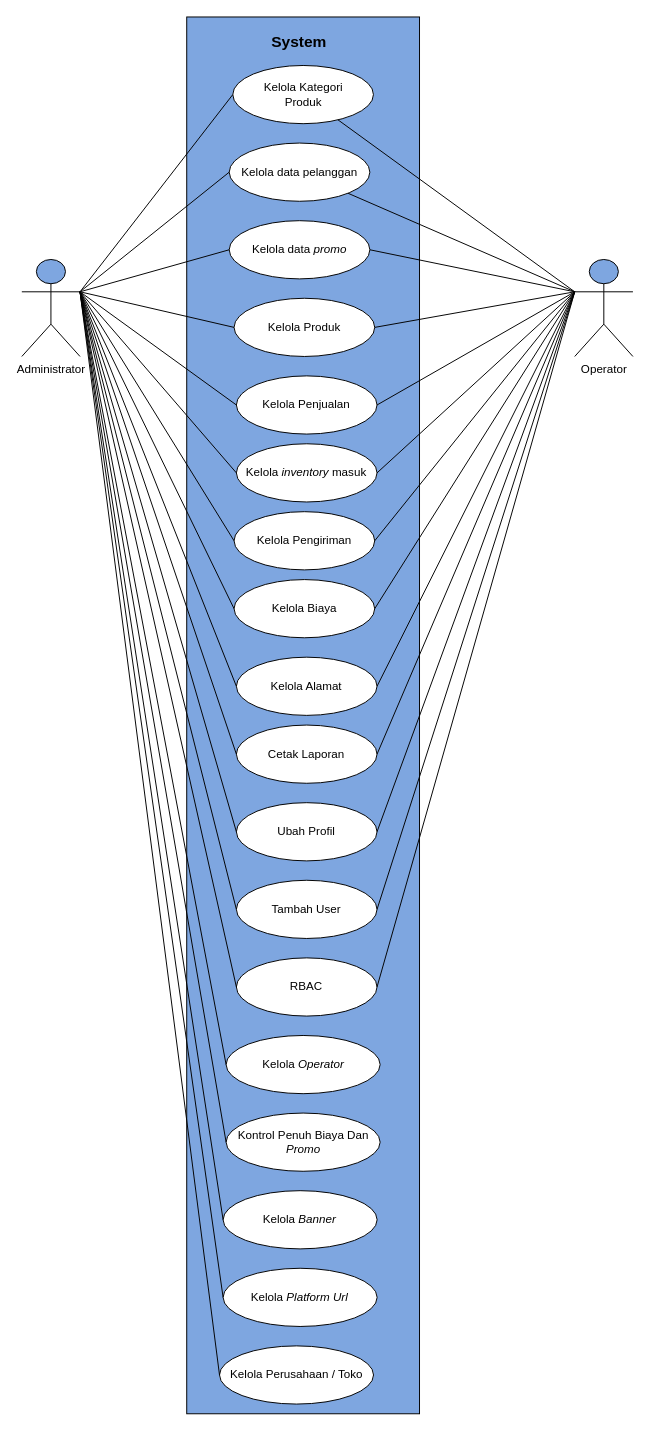
The draw.io diagram Boundary System.drawio in Simasco/diagram, before the edit. Source tidied: cells renumbered, new cells numbered last; positions are measured from the earlier drawing's top-left corner, leaving out a move shared by most shapes. Both pictures are drawn from the tidied source at 97%, with x=0, y=0 at pixel (21, 16).
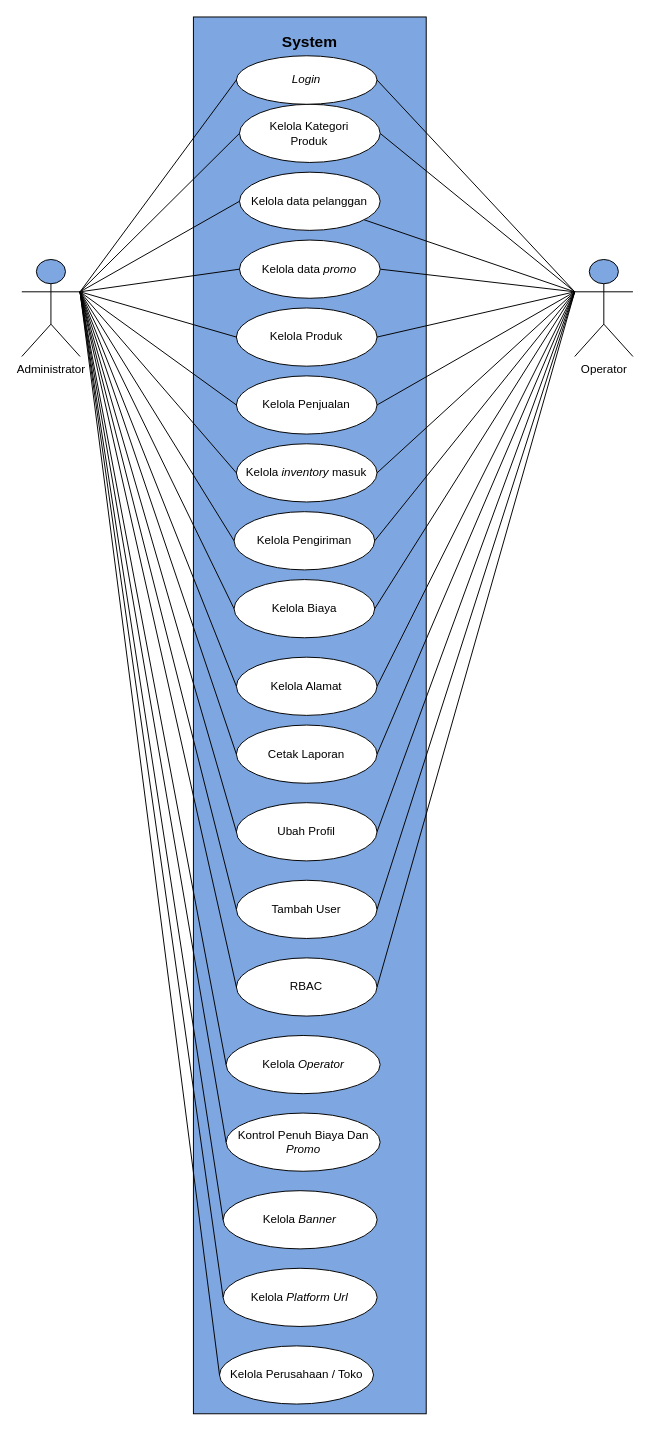
Above is the later version.

The change refers to these unchanged cells:
```xml
<mxCell id="6" value="Operator" style="shape=umlActor;verticalLabelPosition=bottom;verticalAlign=top;html=1;outlineConnect=0;fillColor=#7EA6E0;" parent="1" vertex="1">
  <mxGeometry x="570" y="250" width="60" height="100" as="geometry" />
</mxCell>
<mxCell id="32" value="Administrator" style="shape=umlActor;verticalLabelPosition=bottom;verticalAlign=top;html=1;outlineConnect=0;fillColor=#7EA6E0;" parent="1" vertex="1">
  <mxGeometry y="250" width="60" height="100" as="geometry" />
</mxCell>
```

What changed in the source:
```diff
@@
     <mxCell id="2" style="rounded=0;whiteSpace=wrap;html=1;fillColor=#7EA6E0;" parent="1" vertex="1">
-      <mxGeometry x="170" width="240" height="1440" as="geometry" />
+      <mxGeometry x="176.9" width="240" height="1440" as="geometry" />
     </mxCell>
-    <mxCell id="3" style="rounded=0;jettySize=auto;html=1;exitX=0;exitY=0.3333333333333333;exitDx=0;exitDy=0;exitPerimeter=0;endArrow=none;endFill=0;" parent="1" edge="1" source="6" target="7">
+    <mxCell id="3" style="rounded=0;jettySize=auto;html=1;exitX=0;exitY=0.3333333333333333;exitDx=0;exitDy=0;exitPerimeter=0;endArrow=none;endFill=0;entryX=1;entryY=0.5;entryDx=0;entryDy=0;" parent="1" edge="1" source="6" target="7">
       <mxGeometry relative="1" as="geometry" />
     </mxCell>
@@
     <mxCell id="7" value="Kelola Kategori&lt;div&gt;Produk&lt;/div&gt;" style="ellipse;whiteSpace=wrap;html=1;" parent="1" vertex="1">
-      <mxGeometry x="217.5" y="50" width="145" height="60" as="geometry" />
+      <mxGeometry x="224.4" y="90" width="145" height="60" as="geometry" />
     </mxCell>
     <mxCell id="8" value="Kelola data pelanggan" style="ellipse;whiteSpace=wrap;html=1;" parent="1" vertex="1">
-      <mxGeometry x="213.8" y="130" width="145" height="60" as="geometry" />
+      <mxGeometry x="224.4" y="160" width="145" height="60" as="geometry" />
     </mxCell>
@@
     <mxCell id="20" value="Kelola data &lt;i&gt;promo&lt;/i&gt;" style="ellipse;whiteSpace=wrap;html=1;" parent="1" vertex="1">
-      <mxGeometry x="213.8" y="210" width="145" height="60" as="geometry" />
+      <mxGeometry x="224.4" y="230" width="145" height="60" as="geometry" />
     </mxCell>
     <mxCell id="21" value="&lt;font style=&quot;font-size: 16px;&quot;&gt;System&lt;/font&gt;" style="text;html=1;align=center;verticalAlign=middle;whiteSpace=wrap;rounded=0;fontStyle=1;" parent="1" vertex="1">
-      <mxGeometry x="256.2" y="10" width="60" height="30" as="geometry" />
+      <mxGeometry x="266.9" y="10" width="60" height="30" as="geometry" />
     </mxCell>
     <mxCell id="22" value="Kelola Produk" style="ellipse;whiteSpace=wrap;html=1;" parent="1" vertex="1">
-      <mxGeometry x="218.8" y="290" width="145" height="60" as="geometry" />
+      <mxGeometry x="221.2" y="300" width="145" height="60" as="geometry" />
     </mxCell>
@@
+    <mxCell id="55" value="&lt;i&gt;Login&lt;/i&gt;" style="ellipse;whiteSpace=wrap;html=1;" parent="1" vertex="1">
+      <mxGeometry x="221.2" y="40" width="145" height="50" as="geometry" />
+    </mxCell>
+    <mxCell id="56" style="rounded=0;jettySize=auto;html=1;exitX=1;exitY=0.3333333333333333;exitDx=0;exitDy=0;exitPerimeter=0;entryX=0;entryY=0.5;entryDx=0;entryDy=0;endArrow=none;endFill=0;" parent="1" edge="1" source="32" target="55">
+      <mxGeometry relative="1" as="geometry" />
+    </mxCell>
+    <mxCell id="57" style="rounded=0;jettySize=auto;html=1;exitX=0;exitY=0.3333333333333333;exitDx=0;exitDy=0;exitPerimeter=0;entryX=1;entryY=0.5;entryDx=0;entryDy=0;endArrow=none;endFill=0;" parent="1" edge="1" source="6" target="55">
+      <mxGeometry relative="1" as="geometry" />
+    </mxCell>
```
